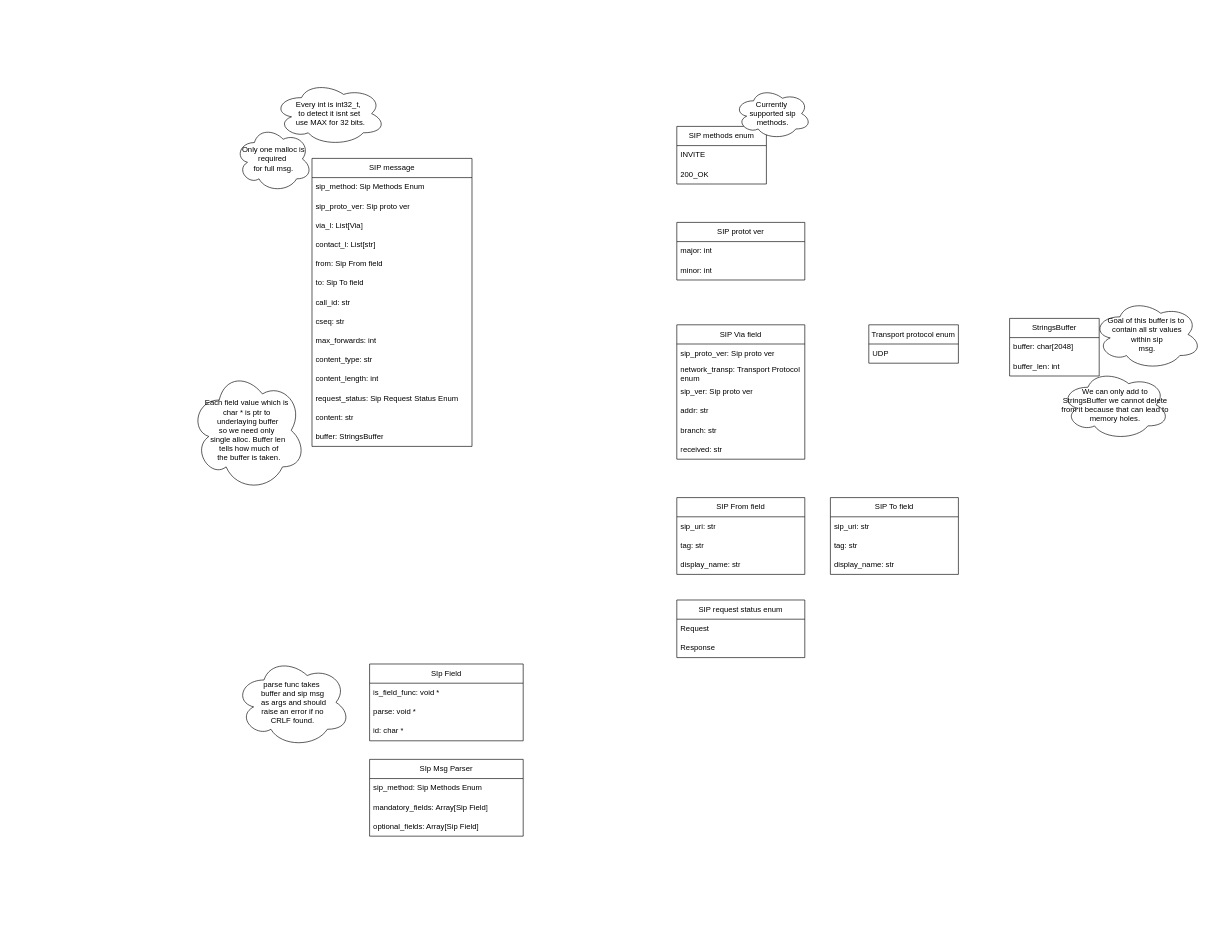
KubaTaba1uga/c_minilib_sip_codec keeps this draw.io diagram as page "Data structures" (3 of 3) of docs/architecture.drawio. Above is the earlier version. Source tidied: cells renumbered, new cells numbered last; positions are measured from the earlier drawing's top-left corner, leaving out a move shared by most shapes. Both pictures are drawn from the tidied source at 64%, with x=0, y=0 at pixel (190, 81).
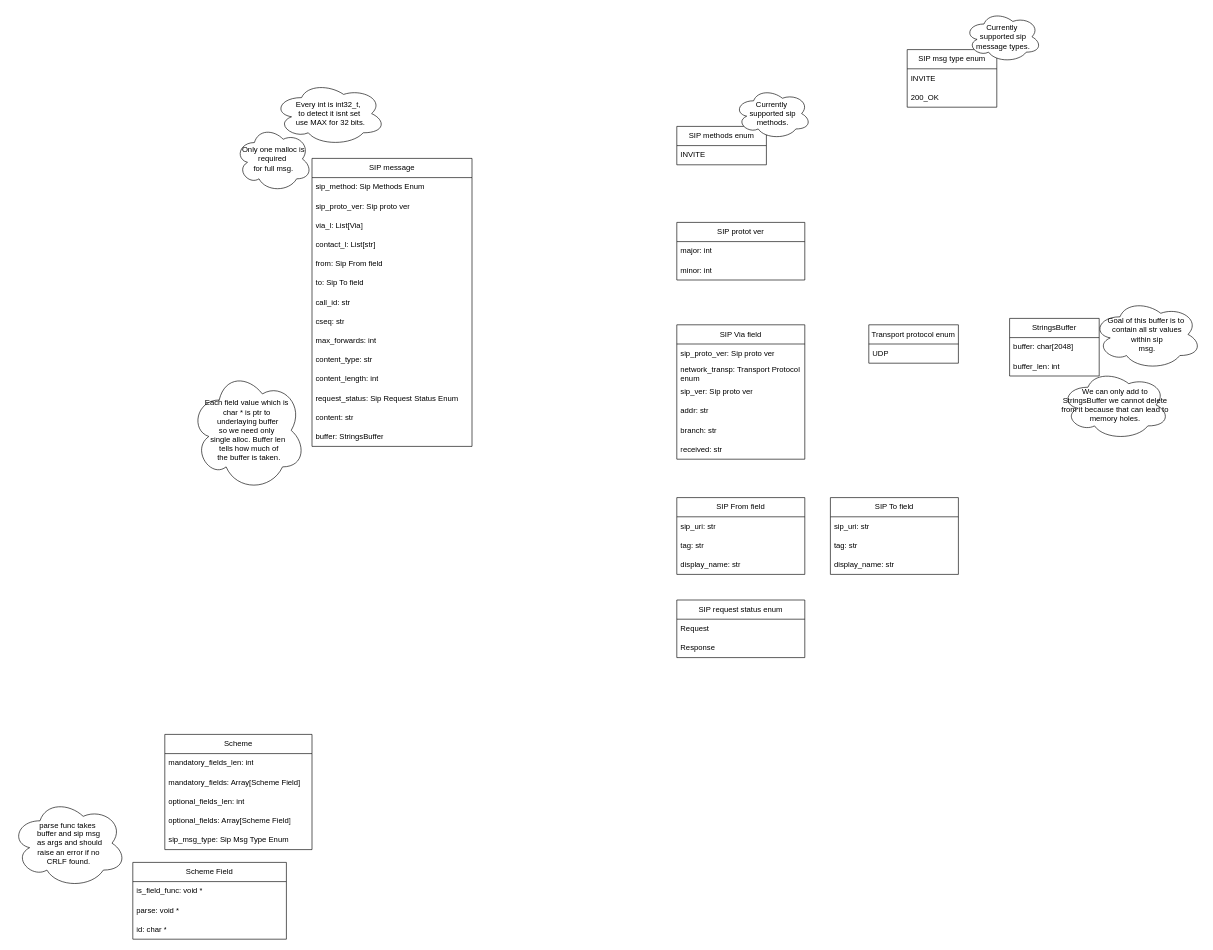
The same diagram, later.

Unchanged cells that the change refers to:
```xml
<mxCell id="29" style="group;" parent="1" vertex="1">
  <mxGeometry x="760" y="10" width="210" height="120" as="geometry" />
</mxCell>
```

Change to the diagram source:
```diff
@@
     <mxCell id="30" value="SIP methods enum" style="swimlane;fontStyle=0;horizontal=1;startSize=30;whiteSpace=wrap;html=1;" parent="29" vertex="1">
-      <mxGeometry y="60" width="140" height="90" as="geometry" />
+      <mxGeometry y="60" width="140" height="60" as="geometry" />
     </mxCell>
@@
-    <mxCell id="32" value="200_OK" style="text;strokeColor=none;fillColor=none;align=left;verticalAlign=middle;spacingLeft=4;spacingRight=4;overflow=hidden;whiteSpace=wrap;html=1;" parent="30" vertex="1">
-      <mxGeometry y="60" width="140" height="30" as="geometry" />
-    </mxCell>
@@
-    <mxCell id="46" value="SIp Field" style="swimlane;fontStyle=0;horizontal=1;startSize=30;whiteSpace=wrap;html=1;" parent="1" vertex="1">
-      <mxGeometry x="280" y="910" width="240" height="120" as="geometry" />
-    </mxCell>
-    <mxCell id="47" value="is_field_func: void *" style="text;strokeColor=none;fillColor=none;align=left;verticalAlign=middle;spacingLeft=4;spacingRight=4;overflow=hidden;whiteSpace=wrap;html=1;" parent="46" vertex="1">
-      <mxGeometry y="30" width="240" height="30" as="geometry" />
-    </mxCell>
-    <mxCell id="48" value="parse: void *" style="text;strokeColor=none;fillColor=none;align=left;verticalAlign=middle;spacingLeft=4;spacingRight=4;overflow=hidden;whiteSpace=wrap;html=1;" parent="46" vertex="1">
-      <mxGeometry y="60" width="240" height="30" as="geometry" />
-    </mxCell>
-    <mxCell id="49" value="id: char *" style="text;strokeColor=none;fillColor=none;align=left;verticalAlign=middle;spacingLeft=4;spacingRight=4;overflow=hidden;whiteSpace=wrap;html=1;" parent="46" vertex="1">
-      <mxGeometry y="90" width="240" height="30" as="geometry" />
-    </mxCell>
     <mxCell id="50" value="parse func takes&amp;nbsp;&lt;div&gt;buffer and sip msg&lt;/div&gt;&lt;div&gt;&amp;nbsp;as args and should&lt;/div&gt;&lt;div&gt;&amp;nbsp;raise an error if no&amp;nbsp;&lt;/div&gt;&lt;div&gt;CRLF found.&lt;/div&gt;" style="ellipse;shape=cloud;whiteSpace=wrap;html=1;" parent="1" vertex="1">
-      <mxGeometry x="70" y="900" width="180" height="140" as="geometry" />
+      <mxGeometry x="-280" y="1120" width="180" height="140" as="geometry" />
     </mxCell>
-    <mxCell id="51" value="SIp Msg Parser" style="swimlane;fontStyle=0;horizontal=1;startSize=30;whiteSpace=wrap;html=1;" parent="1" vertex="1">
-      <mxGeometry x="280" y="1059" width="240" height="120" as="geometry" />
-    </mxCell>
-    <mxCell id="52" value="sip_method: Sip Methods Enum" style="text;strokeColor=none;fillColor=none;align=left;verticalAlign=middle;spacingLeft=4;spacingRight=4;overflow=hidden;whiteSpace=wrap;html=1;" parent="51" vertex="1">
-      <mxGeometry y="30" width="240" height="30" as="geometry" />
-    </mxCell>
-    <mxCell id="53" value="mandatory_fields: Array[Sip Field]" style="text;strokeColor=none;fillColor=none;align=left;verticalAlign=middle;spacingLeft=4;spacingRight=4;overflow=hidden;whiteSpace=wrap;html=1;" parent="51" vertex="1">
-      <mxGeometry y="60" width="240" height="30" as="geometry" />
-    </mxCell>
-    <mxCell id="54" value="optional_fields: Array[Sip Field]" style="text;strokeColor=none;fillColor=none;align=left;verticalAlign=middle;spacingLeft=4;spacingRight=4;overflow=hidden;whiteSpace=wrap;html=1;" parent="51" vertex="1">
-      <mxGeometry y="90" width="240" height="30" as="geometry" />
-    </mxCell>
@@
+    <mxCell id="62" value="Scheme" style="swimlane;fontStyle=0;horizontal=1;startSize=30;whiteSpace=wrap;html=1;" parent="1" vertex="1">
+      <mxGeometry x="-40" y="1020" width="230" height="180" as="geometry" />
+    </mxCell>
+    <mxCell id="63" value="mandatory_fields_len: int" style="text;strokeColor=none;fillColor=none;align=left;verticalAlign=middle;spacingLeft=4;spacingRight=4;overflow=hidden;whiteSpace=wrap;html=1;" parent="62" vertex="1">
+      <mxGeometry y="30" width="230" height="30" as="geometry" />
+    </mxCell>
+    <mxCell id="64" value="mandatory_fields: Array[Scheme Field]" style="text;strokeColor=none;fillColor=none;align=left;verticalAlign=middle;spacingLeft=4;spacingRight=4;overflow=hidden;whiteSpace=wrap;html=1;" parent="62" vertex="1">
+      <mxGeometry y="60" width="230" height="30" as="geometry" />
+    </mxCell>
+    <mxCell id="65" value="optional_fields_len: int" style="text;strokeColor=none;fillColor=none;align=left;verticalAlign=middle;spacingLeft=4;spacingRight=4;overflow=hidden;whiteSpace=wrap;html=1;" parent="62" vertex="1">
+      <mxGeometry y="90" width="230" height="30" as="geometry" />
+    </mxCell>
+    <mxCell id="66" value="optional_fields: Array[Scheme Field]" style="text;strokeColor=none;fillColor=none;align=left;verticalAlign=middle;spacingLeft=4;spacingRight=4;overflow=hidden;whiteSpace=wrap;html=1;" parent="62" vertex="1">
+      <mxGeometry y="120" width="230" height="30" as="geometry" />
+    </mxCell>
+    <mxCell id="67" value="sip_msg_type: Sip Msg Type Enum" style="text;strokeColor=none;fillColor=none;align=left;verticalAlign=middle;spacingLeft=4;spacingRight=4;overflow=hidden;whiteSpace=wrap;html=1;" parent="62" vertex="1">
+      <mxGeometry y="150" width="230" height="30" as="geometry" />
+    </mxCell>
+    <mxCell id="68" value="Scheme Field" style="swimlane;fontStyle=0;horizontal=1;startSize=30;whiteSpace=wrap;html=1;" parent="1" vertex="1">
+      <mxGeometry x="-90" y="1220" width="240" height="120" as="geometry" />
+    </mxCell>
+    <mxCell id="47" value="is_field_func: void *" style="text;strokeColor=none;fillColor=none;align=left;verticalAlign=middle;spacingLeft=4;spacingRight=4;overflow=hidden;whiteSpace=wrap;html=1;" parent="68" vertex="1">
+      <mxGeometry y="30" width="240" height="30" as="geometry" />
+    </mxCell>
+    <mxCell id="48" value="parse: void *" style="text;strokeColor=none;fillColor=none;align=left;verticalAlign=middle;spacingLeft=4;spacingRight=4;overflow=hidden;whiteSpace=wrap;html=1;" parent="68" vertex="1">
+      <mxGeometry y="60" width="240" height="30" as="geometry" />
+    </mxCell>
+    <mxCell id="49" value="id: char *" style="text;strokeColor=none;fillColor=none;align=left;verticalAlign=middle;spacingLeft=4;spacingRight=4;overflow=hidden;whiteSpace=wrap;html=1;" parent="68" vertex="1">
+      <mxGeometry y="90" width="240" height="30" as="geometry" />
+    </mxCell>
+    <mxCell id="69" style="group;" parent="1" vertex="1">
+      <mxGeometry x="1120" y="-110" width="210" height="120" as="geometry" />
+    </mxCell>
+    <mxCell id="70" value="SIP msg type enum" style="swimlane;fontStyle=0;horizontal=1;startSize=30;whiteSpace=wrap;html=1;" parent="69" vertex="1">
+      <mxGeometry y="60" width="140" height="90" as="geometry" />
+    </mxCell>
+    <mxCell id="71" value="INVITE" style="text;strokeColor=none;fillColor=none;align=left;verticalAlign=middle;spacingLeft=4;spacingRight=4;overflow=hidden;whiteSpace=wrap;html=1;" parent="70" vertex="1">
+      <mxGeometry y="30" width="140" height="30" as="geometry" />
+    </mxCell>
+    <mxCell id="32" value="200_OK" style="text;strokeColor=none;fillColor=none;align=left;verticalAlign=middle;spacingLeft=4;spacingRight=4;overflow=hidden;whiteSpace=wrap;html=1;" parent="70" vertex="1">
+      <mxGeometry y="60" width="140" height="30" as="geometry" />
+    </mxCell>
+    <mxCell id="72" value="Currently&amp;nbsp;&lt;div&gt;supported sip message types.&lt;/div&gt;" style="ellipse;shape=cloud;whiteSpace=wrap;html=1;" parent="69" vertex="1">
+      <mxGeometry x="90" width="120" height="80" as="geometry" />
+    </mxCell>
```
